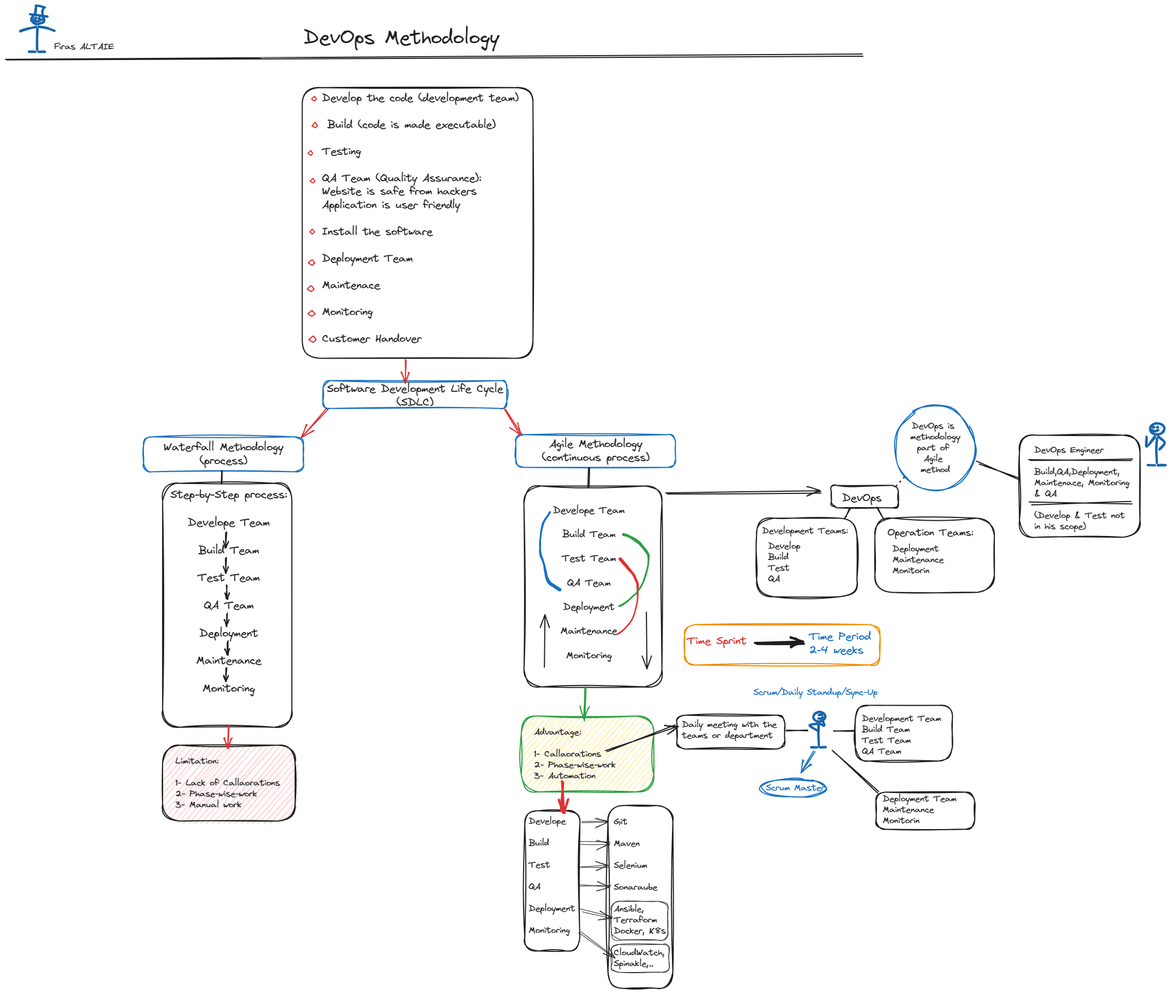
firask/DevOps keeps this Excalidraw diagram as DevOps-Agile.png. Above is the earlier version. Source tidied: one line per element, renumbered; positions are measured from the earlier drawing's top-left corner, leaving out a move shared by most shapes.
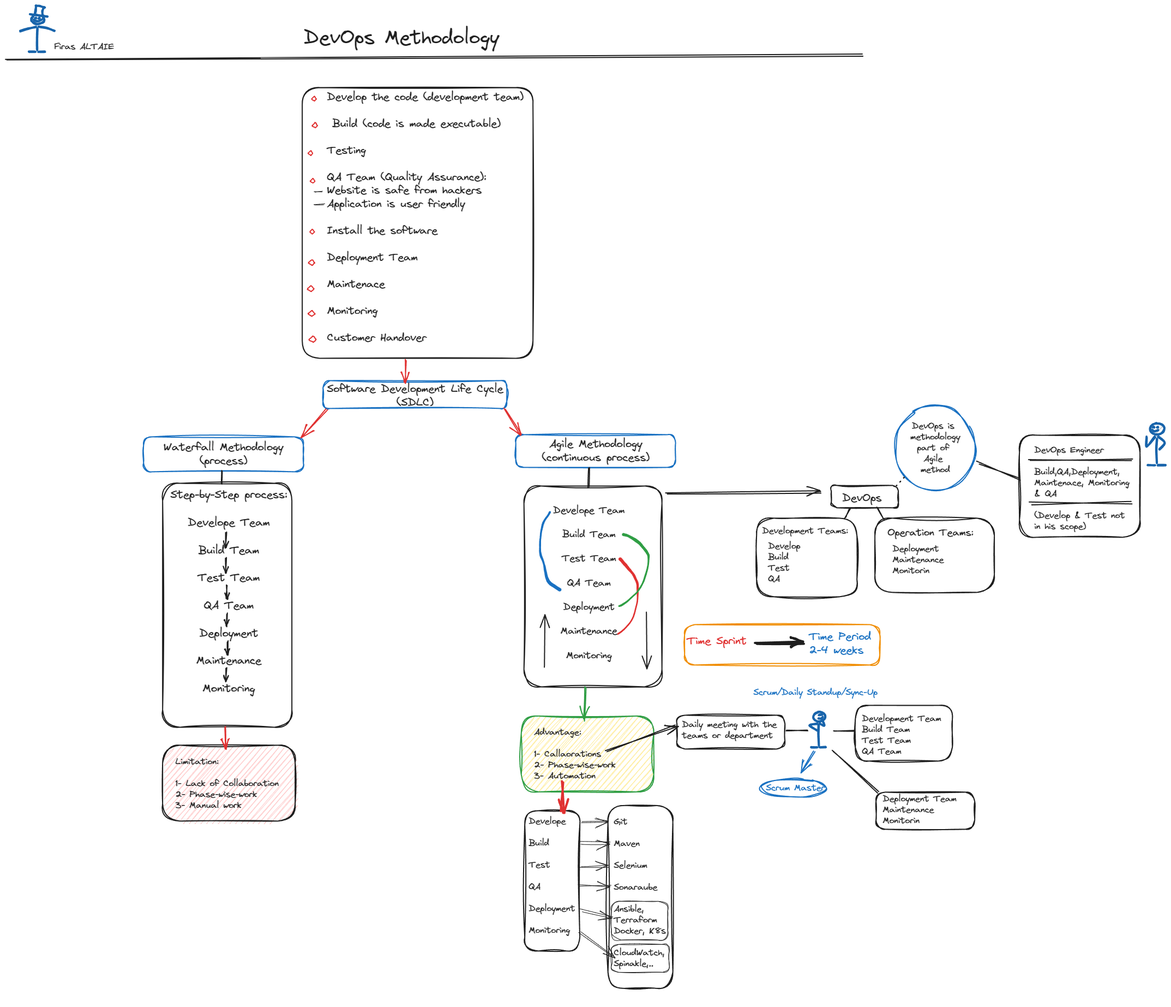
The same file after the commit.

What changed in the source:
```diff
@@ -1,4 +1,4 @@
-{"id": 0, "type": "text", "text": "    Develop the code (development team)\n    \n     Build (code is made executable)\n\n    Testing\n        \n    QA Team (Quality Assurance):\n    Website is safe from hackers\n    Application is user friendly\n    \n    Install the software\n\n    Deployment Team \n\n    Maintenace\n\n    Monitoring\n    \n    Customer Handover\n\n", "strokeColor": "#1e1e1e", "strokeWidth": 2, "roughness": 1, "fontSize": 19.62, "fontFamily": 1, "x": 540, "y": 157, "width": 399, "height": 515}
+{"id": 0, "type": "text", "text": "    Develop the code (development team)\n    \n     Build (code is made executable)\n\n    Testing\n        \n    QA Team (Quality Assurance):\n    Website is safe from hackers\n    Application is user friendly\n    \n    Install the software\n\n    Deployment Team \n\n    Maintenace\n\n    Monitoring\n    \n    Customer Handover\n\n", "strokeColor": "#1e1e1e", "strokeWidth": 2, "roughness": 1, "fontSize": 19.62, "fontFamily": 1, "x": 549, "y": 155, "width": 399, "height": 515}
 {"id": 1, "type": "diamond", "strokeColor": "#e03131", "strokeWidth": 2, "roughness": 1, "round": true, "x": 560, "y": 166, "width": 9, "height": 9}
 {"id": 2, "type": "diamond", "strokeColor": "#e03131", "strokeWidth": 2, "roughness": 1, "round": true, "x": 556, "y": 409, "width": 9, "height": 9}
 {"id": 3, "type": "diamond", "strokeColor": "#e03131", "strokeWidth": 2, "roughness": 1, "round": true, "x": 558, "y": 316, "width": 9, "height": 9}
@@ -43,7 +43,7 @@
 {"id": 42, "type": "line", "strokeColor": "#1864ab", "strokeWidth": 4, "roughness": 1, "round": true, "x": 70, "y": 3, "width": 16, "height": 3, "points": [[0, 0], [-9, -3], [-16, -3]]}
 {"id": 43, "type": "text", "text": "Firas ALTAIE", "strokeColor": "#1e1e1e", "strokeWidth": 2, "roughness": 2, "fontSize": 16, "fontFamily": 1, "textAlign": "center", "x": 88, "y": 65, "width": 110, "height": 20}
 {"id": 44, "type": "rectangle", "strokeColor": "#1e1e1e", "backgroundColor": "#ffc9c9", "fillStyle": "hachure", "strokeWidth": 2, "roughness": 2, "round": true, "x": 287, "y": 1355, "width": 243, "height": 139}
-{"id": 45, "type": "text", "text": "Limitation:\n\n1- Lack of Callaorations\n2- Phase-wise-work\n3- Manual work", "strokeColor": "#1e1e1e", "strokeWidth": 2, "roughness": 2, "fontSize": 16, "fontFamily": 1, "x": 310, "y": 1375, "width": 192, "height": 100}
+{"id": 45, "type": "text", "text": "Limitation:\n\n1- Lack of Collaboration\n2- Phase-wise-work\n3- Manual work", "strokeColor": "#1e1e1e", "strokeWidth": 2, "roughness": 2, "fontSize": 16, "fontFamily": 1, "x": 310, "y": 1376, "width": 189, "height": 100}
 {"id": 46, "type": "line", "strokeColor": "#1e1e1e", "strokeWidth": 2, "roughness": 2, "round": true, "x": 1069, "y": 846, "width": 1, "height": 37, "points": [[0, 0], [-1, 37]]}
 {"id": 47, "type": "line", "strokeColor": "#1e1e1e", "strokeWidth": 2, "roughness": 2, "round": true, "x": 395, "y": 852, "width": 1, "height": 24, "points": [[0, 0], [1, 24]]}
 {"id": 48, "type": "rectangle", "strokeColor": "#2f9e44", "backgroundColor": "#ffec99", "fillStyle": "hachure", "strokeWidth": 2, "roughness": 2, "round": true, "x": 944, "y": 1301, "width": 243, "height": 139}
@@ -69,7 +69,7 @@
 {"id": 68, "type": "rectangle", "strokeColor": "#1e1e1e", "strokeWidth": 2, "roughness": 2, "round": true, "x": 1595, "y": 1441, "width": 181, "height": 68}
 {"id": 69, "type": "line", "strokeColor": "#1e1e1e", "strokeWidth": 2, "roughness": 2, "round": true, "x": 1515, "y": 1367, "width": 85, "height": 75, "points": [[0, 0], [85, 75]]}
 {"id": 70, "type": "arrow", "strokeColor": "#1e1e1e", "strokeWidth": 2, "roughness": 2, "endArrowhead": "arrow", "round": true, "x": 404, "y": 1214, "width": 1, "height": 25, "points": [[0, 0], [-1, 25]]}
-{"id": 71, "type": "arrow", "strokeColor": "#e03131", "strokeWidth": 2, "roughness": 2, "endArrowhead": "arrow", "round": true, "from": 21, "to": 45, "x": 408, "y": 1319, "width": 2, "height": 40, "points": [[0, 0], [-2, 40]]}
+{"id": 71, "type": "arrow", "strokeColor": "#e03131", "strokeWidth": 2, "roughness": 2, "endArrowhead": "arrow", "round": true, "from": 21, "to": 45, "x": 402, "y": 1321, "width": 0, "height": 39, "points": [[0, 0], [0, 39]]}
 {"id": 72, "type": "text", "text": "Scrum/Daily Standup/Sync-Up", "strokeColor": "#1971c2", "strokeWidth": 2, "roughness": 2, "fontSize": 16, "fontFamily": 1, "x": 1370, "y": 1249, "width": 228, "height": 20}
 {"id": 73, "type": "arrow", "strokeColor": "#1971c2", "strokeWidth": 2, "roughness": 2, "endArrowhead": "arrow", "round": true, "to": 75, "x": 1482, "y": 1364, "width": 25, "height": 42, "points": [[0, 0], [-25, 42]]}
 {"id": 74, "type": "text", "text": "Scrum Master", "strokeColor": "#1971c2", "strokeWidth": 2, "roughness": 2, "fontSize": 16, "fontFamily": 1, "x": 1393, "y": 1424, "width": 108, "height": 20}
@@ -125,3 +125,5 @@
 {"id": 124, "type": "line", "strokeColor": "#1e1e1e", "strokeWidth": 2, "roughness": 2, "round": true, "x": 1780, "y": 836, "width": 79, "height": 31, "points": [[0, 0], [79, 31]]}
 {"id": 125, "type": "line", "strokeColor": "#1e1e1e", "strokeWidth": 2, "roughness": 2, "round": true, "x": 1877, "y": 831, "width": 188, "height": 1, "points": [[0, 0], [188, 1]]}
 {"id": 126, "type": "line", "strokeColor": "#1e1e1e", "strokeWidth": 2, "roughness": 2, "round": true, "x": 1877, "y": 911, "width": 186, "height": 1, "points": [[0, 0], [186, 1]]}
+{"id": 127, "type": "line", "strokeColor": "#1e1e1e", "strokeWidth": 1, "roughness": 2, "round": true, "x": 566, "y": 342, "width": 13, "height": 2, "points": [[0, 0], [13, -2]]}
+{"id": 128, "type": "line", "strokeColor": "#1e1e1e", "strokeWidth": 1, "roughness": 2, "round": true, "x": 565, "y": 364, "width": 18, "height": 0, "points": [[0, 0], [18, 0]]}
```
